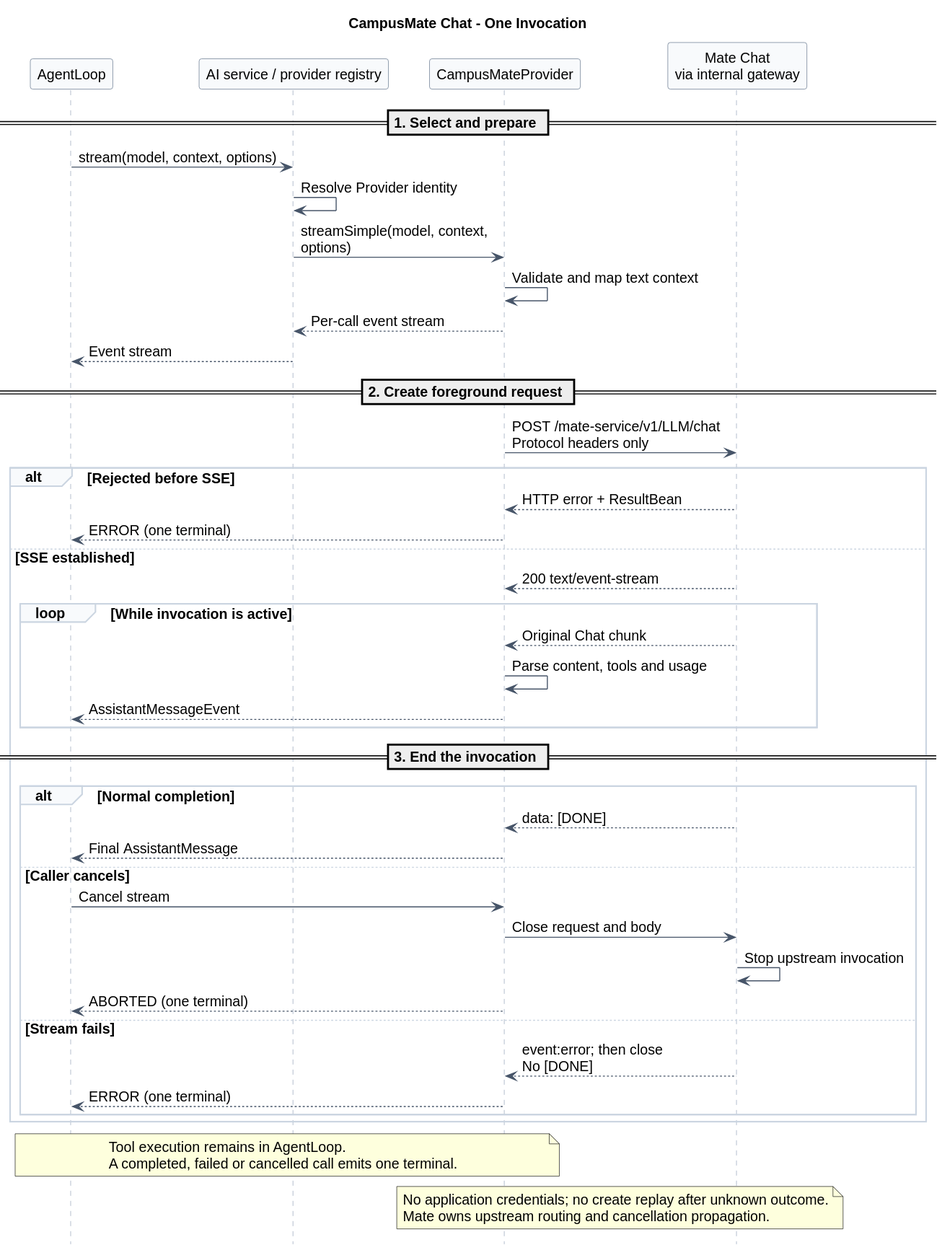
Before: 02-服务与接口/03-Model/chat-sequence.svg, a diagram exported from PlantUML (ssm0808/pi-mono-java-design).
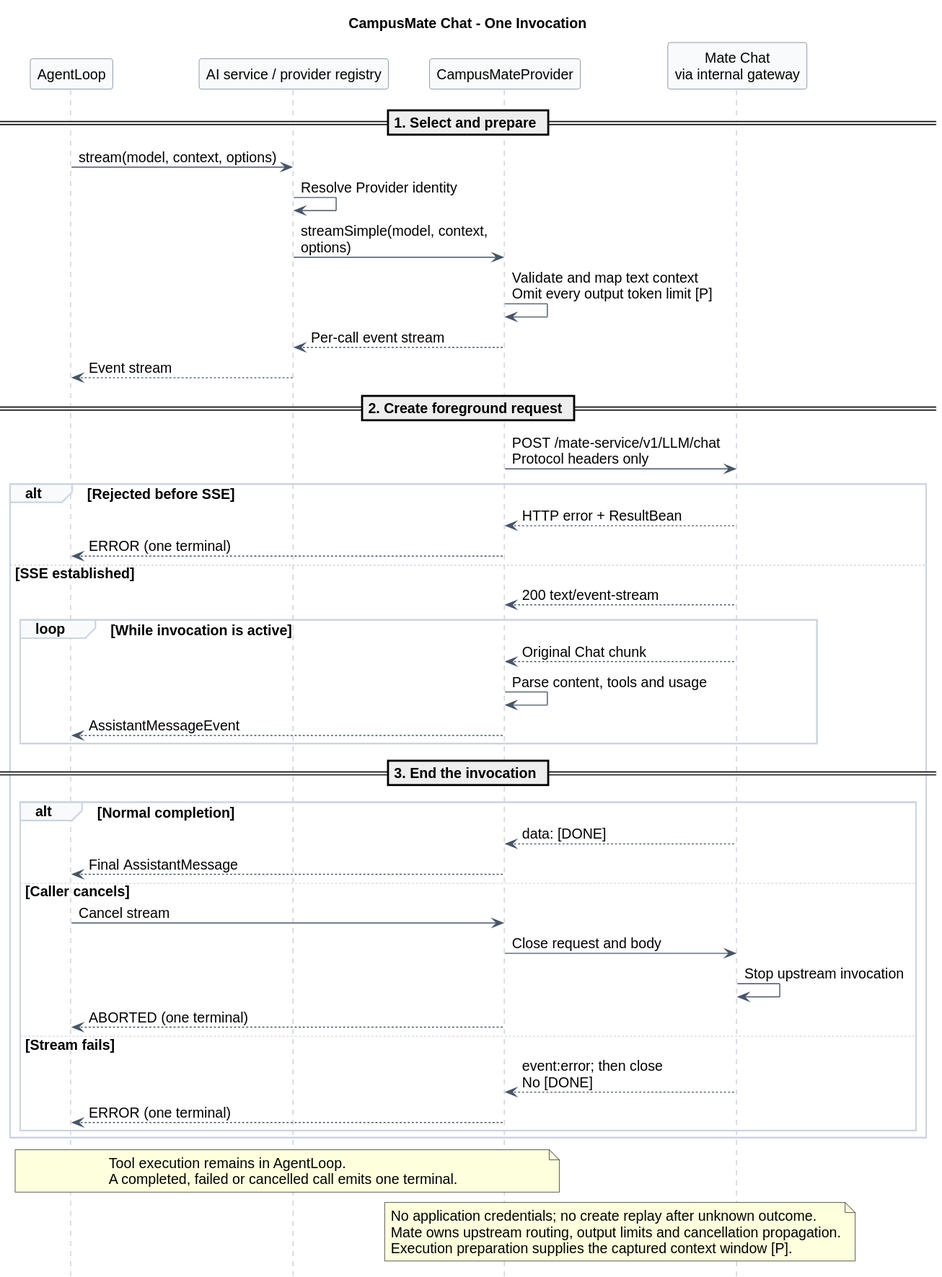
The same file after the commit.

Change to the diagram source:
```diff
@@ -25,7 +25,7 @@
 Loop -> AI : stream(model, context, options)
 AI -> AI : Resolve Provider identity
 AI -> Provider : streamSimple(model, context, options)
-Provider -> Provider : Validate and map text context
+Provider -> Provider : Validate and map text context\nOmit every output token limit [P]
 Provider --> AI : Per-call event stream
 AI --> Loop : Event stream
 
@@ -63,6 +63,7 @@
 end note
 note over Provider,Mate
 No application credentials; no create replay after unknown outcome.
-Mate owns upstream routing and cancellation propagation.
+Mate owns upstream routing, output limits and cancellation propagation.
+Execution preparation supplies the captured context window [P].
 end note
 @enduml
```
